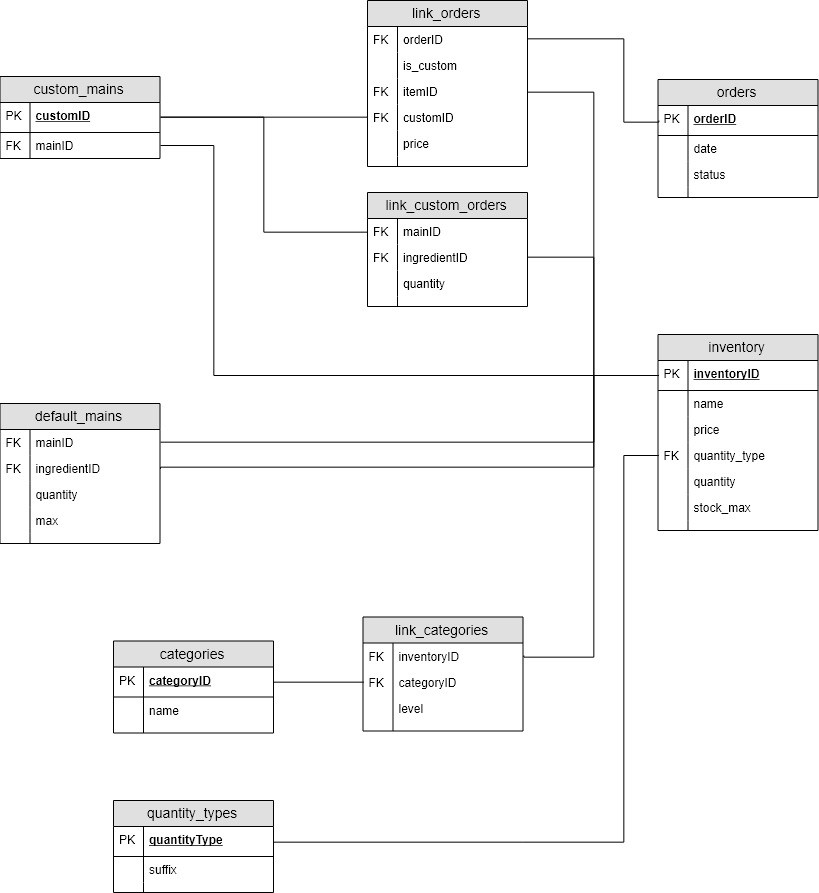
This is docs/database schema_2.png from featherbear/UNSW-COMP1531-Assignment, a draw.io export, as it was before one commit. Source tidied: cells renumbered, new cells last; positions are measured from the earlier drawing's top-left corner, leaving out a move shared by most shapes.
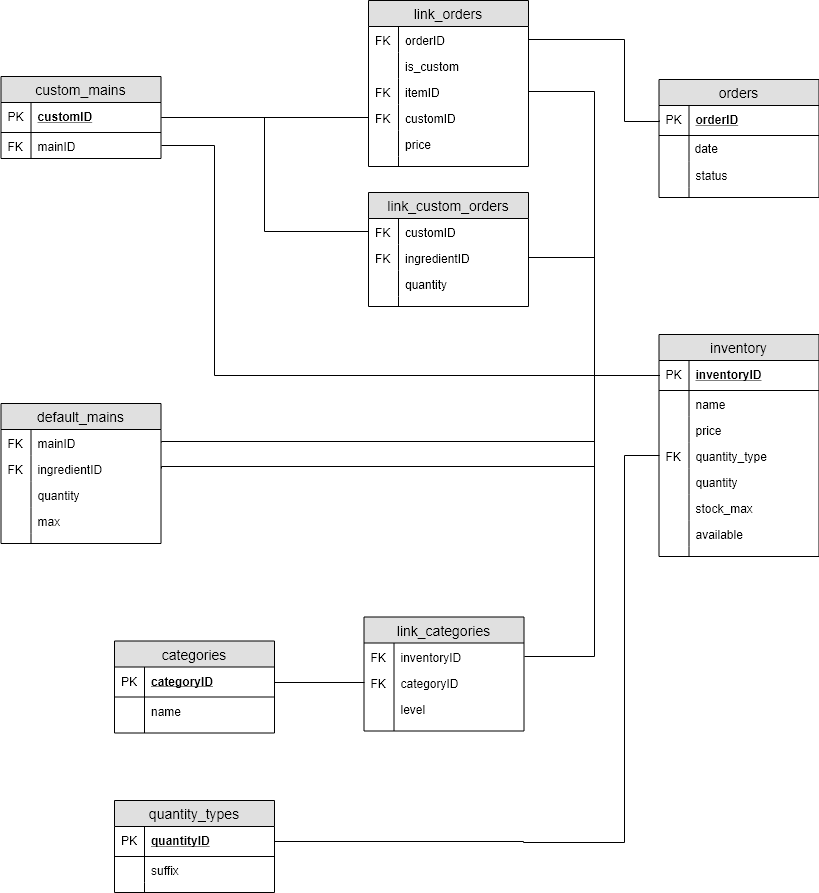
The same file after the commit.

Commit message:
+ Add `available` field (_inventory_) * changed `quantityType` to `quantityID` (_quantity_types_) * changed `mainID` to `customID` (_link_custom_orders_)

The edit, as a diff of the source:
```diff
@@ -5,7 +5,7 @@
     <mxCell id="2" value="link_custom_orders" style="swimlane;fontStyle=0;horizontal=1;startSize=26;fillColor=#e0e0e0;swimlaneFillColor=#ffffff;align=center;fontSize=14;" parent="1" vertex="1">
       <mxGeometry x="368" y="192" width="160" height="114" as="geometry" />
     </mxCell>
-    <mxCell id="3" value="mainID" style="shape=partialRectangle;top=0;left=0;right=0;bottom=0;align=left;verticalAlign=top;fillColor=none;spacingLeft=34;spacingRight=4;overflow=hidden;points=[[0,0.5],[1,0.5]];portConstraint=eastwest;fontSize=12;" parent="2" vertex="1">
+    <mxCell id="3" value="customID" style="shape=partialRectangle;top=0;left=0;right=0;bottom=0;align=left;verticalAlign=top;fillColor=none;spacingLeft=34;spacingRight=4;overflow=hidden;points=[[0,0.5],[1,0.5]];portConstraint=eastwest;fontSize=12;" parent="2" vertex="1">
       <mxGeometry y="26" width="160" height="26" as="geometry" />
     </mxCell>
     <mxCell id="4" value="FK" style="shape=partialRectangle;top=0;left=0;bottom=0;fillColor=none;align=left;verticalAlign=top;spacingLeft=4;spacingRight=4;overflow=hidden;fontSize=12;" parent="3" vertex="1">
@@ -78,7 +78,7 @@
       <mxGeometry width="30" height="10" as="geometry" />
     </mxCell>
     <mxCell id="27" value="inventory" style="swimlane;fontStyle=0;horizontal=1;startSize=26;fillColor=#e0e0e0;swimlaneFillColor=#ffffff;align=center;fontSize=14;" parent="1" vertex="1">
-      <mxGeometry x="658.5" y="334" width="160" height="196" as="geometry" />
+      <mxGeometry x="658.5" y="334" width="160" height="222" as="geometry" />
     </mxCell>
     <mxCell id="28" value="inventoryID" style="shape=partialRectangle;top=0;left=0;right=0;bottom=1;align=left;verticalAlign=middle;fillColor=none;spacingLeft=34;spacingRight=4;overflow=hidden;points=[[0,0.5],[1,0.5]];portConstraint=eastwest;fontStyle=5;fontSize=12;" parent="27" vertex="1">
       <mxGeometry y="26" width="160" height="30" as="geometry" />
@@ -116,8 +116,14 @@
     <mxCell id="39" style="shape=partialRectangle;top=0;left=0;bottom=0;fillColor=none;align=left;verticalAlign=top;spacingLeft=4;spacingRight=4;overflow=hidden;fontSize=12;" parent="38" vertex="1">
       <mxGeometry width="30" height="26" as="geometry" />
     </mxCell>
+    <mxCell id="98" value="available" style="shape=partialRectangle;top=0;left=0;right=0;bottom=0;align=left;verticalAlign=top;fillColor=none;spacingLeft=34;spacingRight=4;overflow=hidden;fontSize=12;" parent="27" vertex="1">
+      <mxGeometry y="186" width="160" height="26" as="geometry" />
+    </mxCell>
+    <mxCell id="99" style="shape=partialRectangle;top=0;left=0;bottom=0;fillColor=none;align=left;verticalAlign=top;spacingLeft=4;spacingRight=4;overflow=hidden;fontSize=12;" parent="98" vertex="1">
+      <mxGeometry width="30" height="26" as="geometry" />
+    </mxCell>
     <mxCell id="40" style="shape=partialRectangle;top=0;left=0;right=0;bottom=0;align=left;verticalAlign=top;fillColor=none;spacingLeft=34;spacingRight=4;overflow=hidden;fontSize=12;" parent="27" vertex="1">
-      <mxGeometry y="186" width="160" height="10" as="geometry" />
+      <mxGeometry y="212" width="160" height="10" as="geometry" />
     </mxCell>
     <mxCell id="41" style="shape=partialRectangle;top=0;left=0;bottom=0;fillColor=none;align=left;verticalAlign=top;spacingLeft=4;spacingRight=4;overflow=hidden;fontSize=12;" parent="40" vertex="1">
       <mxGeometry width="30" height="10" as="geometry" />
@@ -242,7 +248,7 @@
     <mxCell id="76" value="quantity_types" style="swimlane;fontStyle=0;horizontal=1;startSize=26;fillColor=#e0e0e0;swimlaneFillColor=#ffffff;align=center;fontSize=14;" parent="1" vertex="1">
       <mxGeometry x="114" y="800" width="160" height="92" as="geometry" />
     </mxCell>
-    <mxCell id="77" value="quantityType" style="shape=partialRectangle;top=0;left=0;right=0;bottom=1;align=left;verticalAlign=middle;fillColor=none;spacingLeft=34;spacingRight=4;overflow=hidden;points=[[0,0.5],[1,0.5]];portConstraint=eastwest;fontStyle=5;fontSize=12;" parent="76" vertex="1">
+    <mxCell id="77" value="quantityID" style="shape=partialRectangle;top=0;left=0;right=0;bottom=1;align=left;verticalAlign=middle;fillColor=none;spacingLeft=34;spacingRight=4;overflow=hidden;points=[[0,0.5],[1,0.5]];portConstraint=eastwest;fontStyle=5;fontSize=12;" parent="76" vertex="1">
       <mxGeometry y="26" width="160" height="30" as="geometry" />
     </mxCell>
     <mxCell id="78" value="PK" style="shape=partialRectangle;top=0;left=0;bottom=0;fillColor=none;align=left;verticalAlign=middle;spacingLeft=4;spacingRight=4;overflow=hidden;fontSize=12;" parent="77" vertex="1">
```
